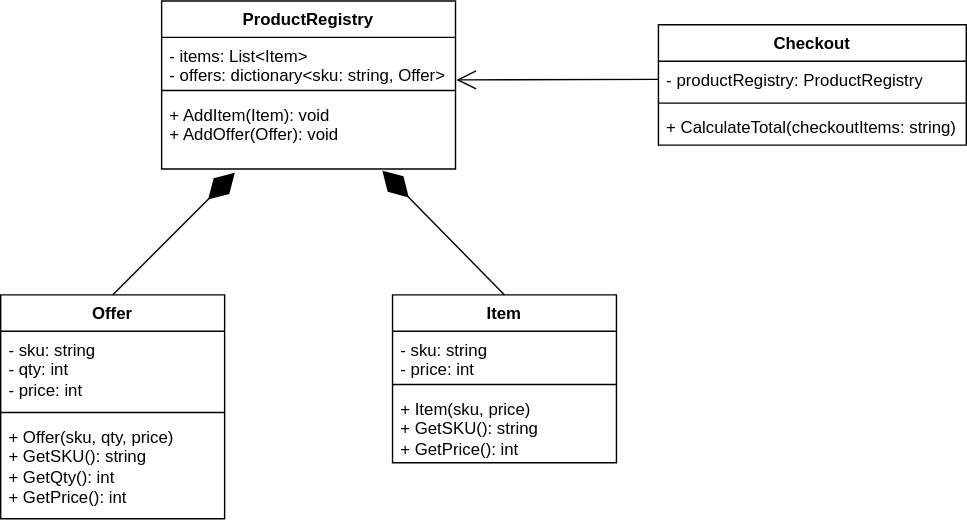
The draw.io diagram Week 5/ShoppingCart/ShoppingCart.svg in rnachiappan123/Zeiss-Freshers-Bootcamp-2024, before a commit. Source tidied: cells renumbered, new cells last; positions are measured from the earlier drawing's top-left corner, leaving out a move shared by most shapes.
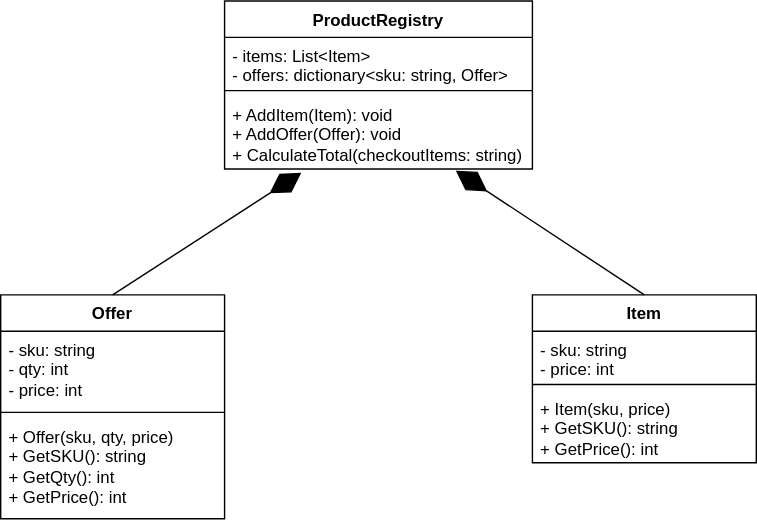
Later version of the same file.

Change to the diagram source:
```diff
@@ -3,7 +3,7 @@
     <mxCell id="0" />
     <mxCell id="1" parent="0" />
     <mxCell id="2" value="Item" style="swimlane;fontStyle=1;align=center;verticalAlign=top;horizontal=1;startSize=26;whiteSpace=wrap;html=1;" parent="1" vertex="1">
-      <mxGeometry x="280" y="210" width="160" height="120" as="geometry" />
+      <mxGeometry x="485" y="210" width="160" height="120" as="geometry" />
     </mxCell>
     <mxCell id="3" value="- sku: string&lt;br&gt;- price: int" style="text;strokeColor=none;fillColor=none;align=left;verticalAlign=top;spacingLeft=4;spacingRight=4;overflow=hidden;whiteSpace=wrap;html=1;" parent="2" vertex="1">
       <mxGeometry y="26" width="160" height="34" as="geometry" />
@@ -15,7 +15,7 @@
       <mxGeometry y="68" width="160" height="52" as="geometry" />
     </mxCell>
     <mxCell id="6" value="Offer" style="swimlane;fontStyle=1;align=center;verticalAlign=top;horizontal=1;startSize=26;whiteSpace=wrap;html=1;" parent="1" vertex="1">
-      <mxGeometry y="210" width="160" height="160" as="geometry" />
+      <mxGeometry x="105" y="210" width="160" height="160" as="geometry" />
     </mxCell>
     <mxCell id="7" value="- sku: string&lt;br&gt;- qty: int&lt;br&gt;- price: int" style="text;strokeColor=none;fillColor=none;align=left;verticalAlign=top;spacingLeft=4;spacingRight=4;overflow=hidden;whiteSpace=wrap;html=1;" parent="6" vertex="1">
       <mxGeometry y="26" width="160" height="54" as="geometry" />
@@ -27,37 +27,22 @@
       <mxGeometry y="88" width="160" height="72" as="geometry" />
     </mxCell>
     <mxCell id="10" value="ProductRegistry" style="swimlane;fontStyle=1;align=center;verticalAlign=top;horizontal=1;startSize=26;whiteSpace=wrap;html=1;" parent="1" vertex="1">
-      <mxGeometry x="115" width="210" height="120" as="geometry" />
+      <mxGeometry x="265" width="220" height="120" as="geometry" />
     </mxCell>
     <mxCell id="11" value="- items: List&amp;lt;Item&amp;gt;&lt;br&gt;- offers: dictionary&amp;lt;sku: string, Offer&amp;gt;" style="text;strokeColor=none;fillColor=none;align=left;verticalAlign=top;spacingLeft=4;spacingRight=4;overflow=hidden;points=[[0,0.5],[1,0.5]];portConstraint=eastwest;whiteSpace=wrap;html=1;" parent="10" vertex="1">
-      <mxGeometry y="26" width="210" height="34" as="geometry" />
+      <mxGeometry y="26" width="220" height="34" as="geometry" />
     </mxCell>
     <mxCell id="12" style="line;strokeWidth=1;fillColor=none;align=left;verticalAlign=middle;spacingTop=-1;spacingLeft=3;spacingRight=3;labelPosition=right;strokeColor=inherit;" parent="10" vertex="1">
-      <mxGeometry y="60" width="210" height="8" as="geometry" />
+      <mxGeometry y="60" width="220" height="8" as="geometry" />
     </mxCell>
-    <mxCell id="13" value="+ AddItem(Item): void&lt;br&gt;+ AddOffer(Offer): void" style="text;strokeColor=none;fillColor=none;align=left;verticalAlign=top;spacingLeft=4;spacingRight=4;overflow=hidden;points=[[0,0.5],[1,0.5]];portConstraint=eastwest;whiteSpace=wrap;html=1;" parent="10" vertex="1">
-      <mxGeometry y="68" width="210" height="52" as="geometry" />
+    <mxCell id="13" value="+ AddItem(Item): void&lt;br&gt;+ AddOffer(Offer): void&lt;br&gt;+ CalculateTotal(checkoutItems: string)" style="text;strokeColor=none;fillColor=none;align=left;verticalAlign=top;spacingLeft=4;spacingRight=4;overflow=hidden;points=[[0,0.5],[1,0.5]];portConstraint=eastwest;whiteSpace=wrap;html=1;" parent="10" vertex="1">
+      <mxGeometry y="68" width="220" height="52" as="geometry" />
     </mxCell>
-    <mxCell id="14" value="Checkout" style="swimlane;fontStyle=1;align=center;verticalAlign=top;horizontal=1;startSize=26;whiteSpace=wrap;html=1;" parent="1" vertex="1">
-      <mxGeometry x="470" y="17" width="220" height="86" as="geometry" />
-    </mxCell>
-    <mxCell id="15" value="- productRegistry: ProductRegistry" style="text;strokeColor=none;fillColor=none;align=left;verticalAlign=top;spacingLeft=4;spacingRight=4;overflow=hidden;points=[[0,0.5],[1,0.5]];portConstraint=eastwest;whiteSpace=wrap;html=1;" parent="14" vertex="1">
-      <mxGeometry y="26" width="220" height="26" as="geometry" />
-    </mxCell>
-    <mxCell id="16" style="line;strokeWidth=1;fillColor=none;align=left;verticalAlign=middle;spacingTop=-1;spacingLeft=3;spacingRight=3;labelPosition=right;strokeColor=inherit;" parent="14" vertex="1">
-      <mxGeometry y="52" width="220" height="8" as="geometry" />
-    </mxCell>
-    <mxCell id="17" value="+ CalculateTotal(checkoutItems: string)" style="text;strokeColor=none;fillColor=none;align=left;verticalAlign=top;spacingLeft=4;spacingRight=4;overflow=hidden;whiteSpace=wrap;html=1;" parent="14" vertex="1">
-      <mxGeometry y="60" width="220" height="26" as="geometry" />
-    </mxCell>
     <mxCell id="18" style="endArrow=diamondThin;endFill=1;endSize=24;html=1;rounded=0;entryX=0.249;entryY=1.054;entryDx=0;entryDy=0;entryPerimeter=0;exitX=0.5;exitY=0;exitDx=0;exitDy=0;" parent="1" edge="1" source="6" target="13">
       <mxGeometry relative="1" as="geometry" />
     </mxCell>
     <mxCell id="19" style="endArrow=diamondThin;endFill=1;endSize=24;html=1;rounded=0;entryX=0.751;entryY=1.023;entryDx=0;entryDy=0;entryPerimeter=0;exitX=0.5;exitY=0;exitDx=0;exitDy=0;" parent="1" edge="1" source="2" target="13">
       <mxGeometry relative="1" as="geometry" />
     </mxCell>
-    <mxCell id="20" style="endArrow=open;endFill=1;endSize=12;html=1;rounded=0;exitX=0;exitY=0.5;exitDx=0;exitDy=0;entryX=1.003;entryY=0.894;entryDx=0;entryDy=0;entryPerimeter=0;" parent="1" edge="1" source="15" target="11">
-      <mxGeometry relative="1" as="geometry" />
-    </mxCell>
   </root>
 </mxGraphModel>
```
